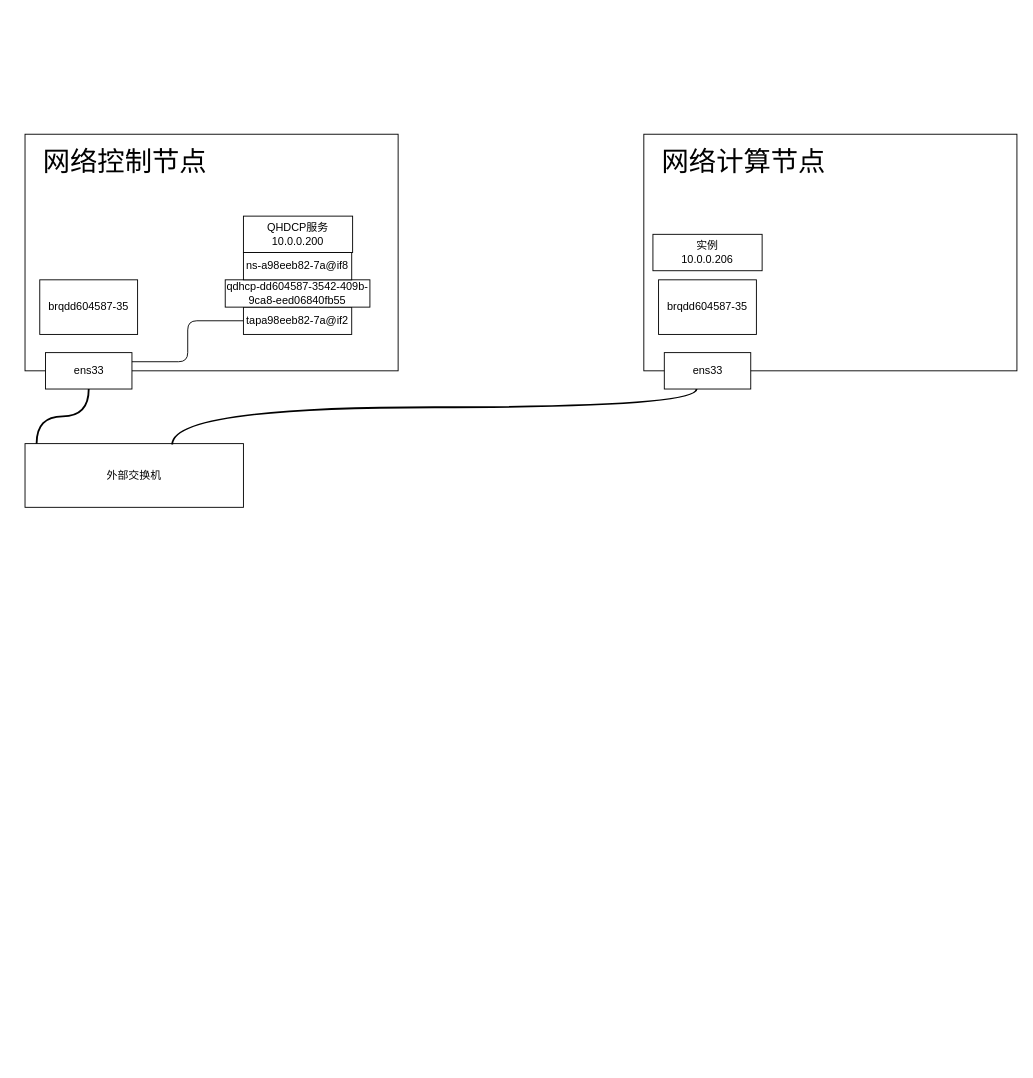
Earlier version of the draw.io diagram provider网络-1.drawio (BoyChai/drawio_file). Source tidied: cells renumbered, new cells numbered last; positions are measured from the earlier drawing's top-left corner, leaving out a move shared by most shapes. Both pictures are drawn from the tidied source at 91%, with x=0, y=0 at pixel (25, 134).
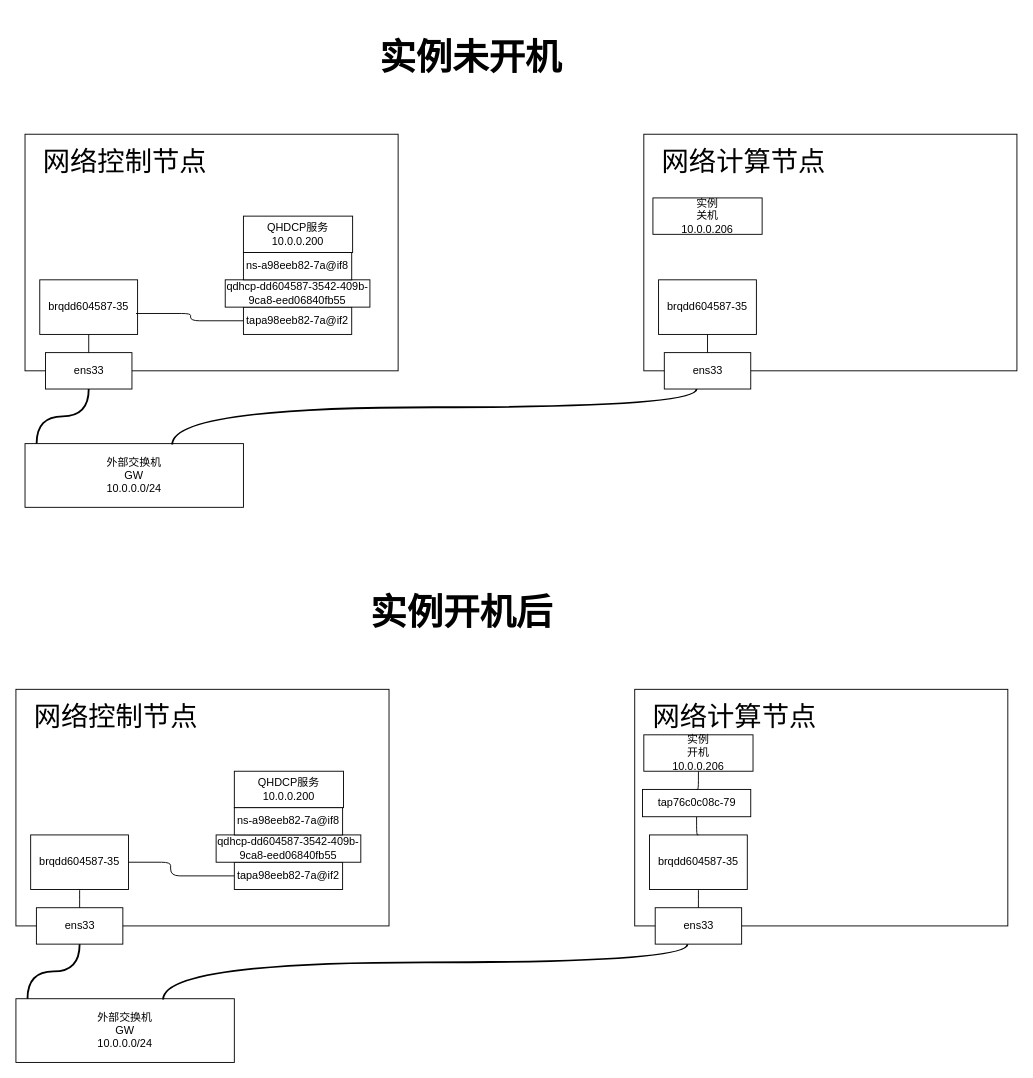
Above is the later version.

The change refers to these unchanged cells:
```xml
<mxCell id="7" value="ens33" style="rounded=0;whiteSpace=wrap;html=1;" parent="1" vertex="1">
  <mxGeometry x="22.5" y="240" width="95" height="40" as="geometry" />
</mxCell>
<mxCell id="8" value="ens33" style="rounded=0;whiteSpace=wrap;html=1;" parent="1" vertex="1">
  <mxGeometry x="702.5" y="240" width="95" height="40" as="geometry" />
</mxCell>
<mxCell id="11" value="brqdd604587-35" style="rounded=0;whiteSpace=wrap;html=1;" parent="1" vertex="1">
  <mxGeometry x="16.2" y="160" width="107.5" height="60" as="geometry" />
</mxCell>
<mxCell id="13" value="tapa98eeb82-7a@if2" style="rounded=0;whiteSpace=wrap;html=1;" parent="1" vertex="1">
  <mxGeometry x="240" y="190" width="119" height="30" as="geometry" />
</mxCell>
<mxCell id="17" value="brqdd604587-35" style="rounded=0;whiteSpace=wrap;html=1;" parent="1" vertex="1">
  <mxGeometry x="696.2" y="160" width="107.5" height="60" as="geometry" />
</mxCell>
```

The edit, as a diff of the source:
```diff
@@
-    <mxCell id="6" value="外部交换机" style="rounded=0;whiteSpace=wrap;html=1;" parent="1" vertex="1">
+    <mxCell id="6" value="&lt;div&gt;&lt;br&gt;&lt;/div&gt;外部交换机&lt;div&gt;&lt;span style=&quot;background-color: transparent; color: light-dark(rgb(0, 0, 0), rgb(255, 255, 255));&quot;&gt;GW&lt;/span&gt;&lt;/div&gt;&lt;div&gt;10.0.0.0/24&lt;br&gt;&lt;div&gt;&lt;div&gt;&lt;br&gt;&lt;/div&gt;&lt;/div&gt;&lt;/div&gt;" style="rounded=0;whiteSpace=wrap;html=1;" parent="1" vertex="1">
       <mxGeometry y="340" width="240" height="70" as="geometry" />
     </mxCell>
@@
+    <mxCell id="19" style="edgeStyle=orthogonalEdgeStyle;rounded=1;jettySize=auto;html=1;entryX=0.5;entryY=0;entryDx=0;entryDy=0;curved=0;endArrow=none;startFill=0;" parent="1" edge="1" source="11" target="7">
+      <mxGeometry relative="1" as="geometry" />
+    </mxCell>
@@
-    <mxCell id="12" style="edgeStyle=orthogonalEdgeStyle;rounded=1;jettySize=auto;html=1;entryX=1;entryY=0.25;entryDx=0;entryDy=0;endArrow=none;startFill=0;curved=0;" parent="1" edge="1" source="13" target="7">
+    <mxCell id="12" style="edgeStyle=orthogonalEdgeStyle;rounded=1;jettySize=auto;html=1;entryX=0.984;entryY=0.617;entryDx=0;entryDy=0;endArrow=none;startFill=0;curved=0;entryPerimeter=0;" parent="1" edge="1" source="13" target="11">
       <mxGeometry relative="1" as="geometry" />
     </mxCell>
@@
+    <mxCell id="20" style="edgeStyle=orthogonalEdgeStyle;rounded=0;jettySize=auto;html=1;endArrow=none;startFill=0;" parent="1" edge="1" source="17" target="8">
+      <mxGeometry relative="1" as="geometry" />
+    </mxCell>
@@
-    <mxCell id="18" value="实例&lt;div&gt;10.0.0.206&lt;/div&gt;" style="rounded=0;whiteSpace=wrap;html=1;" parent="1" vertex="1">
-      <mxGeometry x="690" y="110" width="120" height="40" as="geometry" />
+    <mxCell id="18" value="实例&lt;div&gt;关机&lt;br&gt;&lt;div&gt;&lt;div&gt;10.0.0.206&lt;/div&gt;&lt;/div&gt;&lt;/div&gt;" style="rounded=0;whiteSpace=wrap;html=1;" parent="1" vertex="1">
+      <mxGeometry x="690" y="70" width="120" height="40" as="geometry" />
     </mxCell>
+    <mxCell id="21" value="&lt;span style=&quot;font-size: 40px;&quot;&gt;&lt;b&gt;实例未开机&lt;/b&gt;&lt;/span&gt;" style="text;html=1;align=center;verticalAlign=middle;whiteSpace=wrap;rounded=0;" parent="1" vertex="1">
+      <mxGeometry x="160" y="-130" width="660" height="90" as="geometry" />
+    </mxCell>
+    <mxCell id="22" style="rounded=0;whiteSpace=wrap;html=1;" parent="1" vertex="1">
+      <mxGeometry x="-10" y="610" width="410" height="260" as="geometry" />
+    </mxCell>
+    <mxCell id="23" style="rounded=0;whiteSpace=wrap;html=1;" parent="1" vertex="1">
+      <mxGeometry x="670" y="610" width="410" height="260" as="geometry" />
+    </mxCell>
+    <mxCell id="24" value="&lt;font style=&quot;font-size: 30px;&quot;&gt;网络控制节点&lt;/font&gt;" style="text;html=1;align=center;verticalAlign=middle;whiteSpace=wrap;rounded=0;" parent="1" vertex="1">
+      <mxGeometry x="-10" y="610" width="220" height="60" as="geometry" />
+    </mxCell>
+    <mxCell id="25" value="&lt;span style=&quot;font-size: 30px;&quot;&gt;网络计算节点&lt;/span&gt;" style="text;html=1;align=center;verticalAlign=middle;whiteSpace=wrap;rounded=0;" parent="1" vertex="1">
+      <mxGeometry x="670" y="610" width="220" height="60" as="geometry" />
+    </mxCell>
+    <mxCell id="26" value="&lt;br&gt;&lt;div&gt;外部交换机&lt;div&gt;&lt;span style=&quot;background-color: transparent; color: light-dark(rgb(0, 0, 0), rgb(255, 255, 255));&quot;&gt;GW&lt;/span&gt;&lt;/div&gt;&lt;div&gt;10.0.0.0/24&lt;br&gt;&lt;div&gt;&lt;br&gt;&lt;/div&gt;&lt;/div&gt;&lt;/div&gt;" style="rounded=0;whiteSpace=wrap;html=1;" parent="1" vertex="1">
+      <mxGeometry x="-10" y="950" width="240" height="70" as="geometry" />
+    </mxCell>
+    <mxCell id="27" value="ens33" style="rounded=0;whiteSpace=wrap;html=1;" parent="1" vertex="1">
+      <mxGeometry x="12.5" y="850" width="95" height="40" as="geometry" />
+    </mxCell>
+    <mxCell id="28" value="ens33" style="rounded=0;whiteSpace=wrap;html=1;" parent="1" vertex="1">
+      <mxGeometry x="692.5" y="850" width="95" height="40" as="geometry" />
+    </mxCell>
+    <mxCell id="29" style="edgeStyle=orthogonalEdgeStyle;rounded=0;jettySize=auto;html=1;entryX=0.053;entryY=0;entryDx=0;entryDy=0;entryPerimeter=0;curved=1;strokeWidth=2;endArrow=none;startFill=0;" parent="1" edge="1" source="27" target="26">
+      <mxGeometry relative="1" as="geometry" />
+    </mxCell>
+    <mxCell id="30" style="edgeStyle=orthogonalEdgeStyle;rounded=0;jettySize=auto;html=1;strokeWidth=2;endArrow=none;startFill=0;curved=1;entryX=0.674;entryY=0.014;entryDx=0;entryDy=0;entryPerimeter=0;" parent="1" edge="1" source="28" target="26">
+      <mxGeometry relative="1" as="geometry">
+        <Array as="points">
+          <mxPoint x="728" y="910" />
+          <mxPoint x="152" y="910" />
+        </Array>
+      </mxGeometry>
+    </mxCell>
+    <mxCell id="31" style="edgeStyle=orthogonalEdgeStyle;rounded=0;jettySize=auto;html=1;curved=1;endArrow=none;startFill=0;" parent="1" edge="1" source="32" target="27">
+      <mxGeometry relative="1" as="geometry" />
+    </mxCell>
+    <mxCell id="32" value="brqdd604587-35" style="rounded=0;whiteSpace=wrap;html=1;" parent="1" vertex="1">
+      <mxGeometry x="6.2" y="770" width="107.5" height="60" as="geometry" />
+    </mxCell>
+    <mxCell id="33" style="edgeStyle=orthogonalEdgeStyle;rounded=1;jettySize=auto;html=1;entryX=1;entryY=0.5;entryDx=0;entryDy=0;curved=0;endArrow=none;startFill=0;" parent="1" edge="1" source="34" target="32">
+      <mxGeometry relative="1" as="geometry">
+        <Array as="points">
+          <mxPoint x="160" y="815" />
+          <mxPoint x="160" y="800" />
+        </Array>
+      </mxGeometry>
+    </mxCell>
+    <mxCell id="34" value="tapa98eeb82-7a@if2" style="rounded=0;whiteSpace=wrap;html=1;" parent="1" vertex="1">
+      <mxGeometry x="230" y="800" width="119" height="30" as="geometry" />
+    </mxCell>
+    <mxCell id="35" value="qdhcp-dd604587-3542-409b-9ca8-eed06840fb55" style="rounded=0;whiteSpace=wrap;html=1;" parent="1" vertex="1">
+      <mxGeometry x="210" y="770" width="159" height="30" as="geometry" />
+    </mxCell>
+    <mxCell id="36" value="ns-a98eeb82-7a@if8" style="rounded=0;whiteSpace=wrap;html=1;" parent="1" vertex="1">
+      <mxGeometry x="230" y="740" width="119" height="30" as="geometry" />
+    </mxCell>
+    <mxCell id="37" value="QHDCP服务&lt;div&gt;10.0.0.200&lt;/div&gt;" style="rounded=0;whiteSpace=wrap;html=1;" parent="1" vertex="1">
+      <mxGeometry x="230" y="700" width="120" height="40" as="geometry" />
+    </mxCell>
+    <mxCell id="38" style="edgeStyle=orthogonalEdgeStyle;rounded=0;jettySize=auto;html=1;curved=1;endArrow=none;startFill=0;" parent="1" edge="1" source="39" target="28">
+      <mxGeometry relative="1" as="geometry" />
+    </mxCell>
+    <mxCell id="39" value="brqdd604587-35" style="rounded=0;whiteSpace=wrap;html=1;" parent="1" vertex="1">
+      <mxGeometry x="686.2" y="770" width="107.5" height="60" as="geometry" />
+    </mxCell>
+    <mxCell id="40" style="edgeStyle=orthogonalEdgeStyle;rounded=1;jettySize=auto;html=1;curved=0;endArrow=none;startFill=0;" parent="1" edge="1" source="41" target="44">
+      <mxGeometry relative="1" as="geometry" />
+    </mxCell>
+    <mxCell id="41" value="实例&lt;div&gt;开机&lt;br&gt;&lt;div&gt;10.0.0.206&lt;/div&gt;&lt;/div&gt;" style="rounded=0;whiteSpace=wrap;html=1;" parent="1" vertex="1">
+      <mxGeometry x="680" y="660" width="120" height="40" as="geometry" />
+    </mxCell>
+    <mxCell id="42" value="&lt;span style=&quot;font-size: 40px;&quot;&gt;&lt;b&gt;实例开机后&lt;/b&gt;&lt;/span&gt;" style="text;html=1;align=center;verticalAlign=middle;whiteSpace=wrap;rounded=0;" parent="1" vertex="1">
+      <mxGeometry x="150" y="480" width="660" height="90" as="geometry" />
+    </mxCell>
+    <mxCell id="43" style="edgeStyle=orthogonalEdgeStyle;rounded=1;jettySize=auto;html=1;curved=0;endArrow=none;startFill=0;" parent="1" edge="1" source="44" target="39">
+      <mxGeometry relative="1" as="geometry" />
+    </mxCell>
+    <mxCell id="44" value="tap76c0c08c-79" style="rounded=0;whiteSpace=wrap;html=1;" parent="1" vertex="1">
+      <mxGeometry x="678.5" y="720" width="119" height="30" as="geometry" />
+    </mxCell>
```
